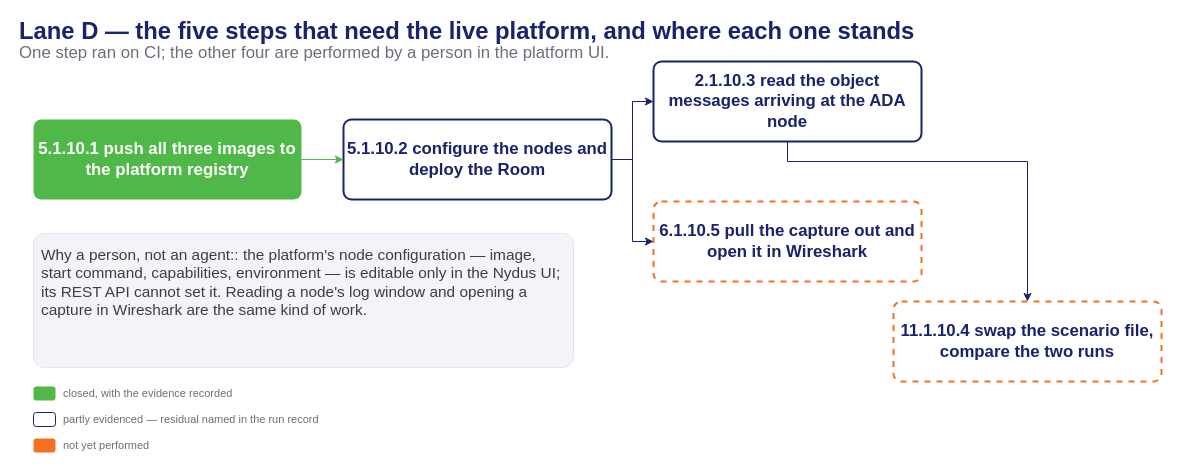
mnpham2101/FPT-Hackathon2026 keeps this draw.io diagram as presentation/assets/phase1-exec-lane-d-deploy.drawio. Above is the earlier version. Source tidied: cells renumbered, new cells numbered last; positions are measured from the earlier drawing's top-left corner, leaving out a move shared by most shapes. Both pictures are drawn from the tidied source at 100%, with x=0, y=0 at pixel (17, 21).
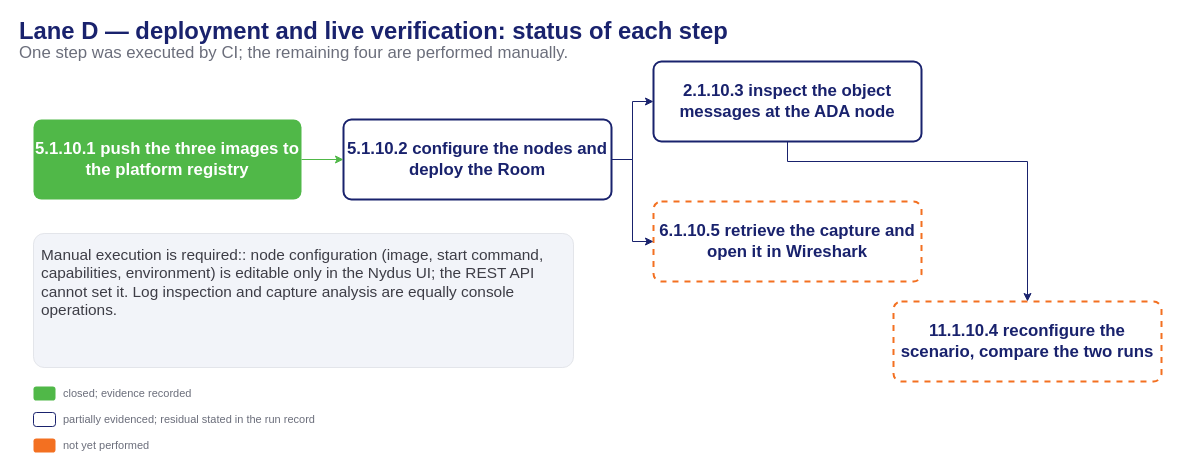
The same diagram, later.

The edit, as a diff of the source:
```diff
@@
-    <mxCell id="2" value="Lane D — the five steps that need the live platform, and where each one stands" style="text;html=1;align=left;verticalAlign=middle;fontSize=23.8;fontColor=#19226D;fontStyle=1;" parent="1" vertex="1">
+    <mxCell id="2" value="Lane D — deployment and live verification: status of each step" style="text;html=1;align=left;verticalAlign=middle;fontSize=23.8;fontColor=#19226D;fontStyle=1;" parent="1" vertex="1">
       <mxGeometry width="1152" height="20" as="geometry" />
     </mxCell>
-    <mxCell id="3" value="One step ran on CI; the other four are performed by a person in the platform UI." style="text;html=1;align=left;verticalAlign=middle;fontSize=16.8;fontColor=#6b6e7b;fontStyle=0;" parent="1" vertex="1">
+    <mxCell id="3" value="One step was executed by CI; the remaining four are performed manually." style="text;html=1;align=left;verticalAlign=middle;fontSize=16.8;fontColor=#6b6e7b;fontStyle=0;" parent="1" vertex="1">
       <mxGeometry y="22" width="1152" height="20" as="geometry" />
     </mxCell>
-    <mxCell id="4" value="5.1.10.1 push all three images to the platform registry" style="rounded=1;arcSize=10;html=1;fillColor=#50B848;strokeColor=none;fontColor=#ffffff;fontSize=16.8;fontStyle=1;whiteSpace=wrap;verticalAlign=middle;" parent="1" vertex="1">
+    <mxCell id="4" value="5.1.10.1 push the three images to the platform registry" style="rounded=1;arcSize=10;html=1;fillColor=#50B848;strokeColor=none;fontColor=#ffffff;fontSize=16.8;fontStyle=1;whiteSpace=wrap;verticalAlign=middle;" parent="1" vertex="1">
       <mxGeometry x="16" y="98" width="268" height="80" as="geometry" />
     </mxCell>
@@
-    <mxCell id="6" value="2.1.10.3 read the object messages arriving at the ADA node" style="rounded=1;arcSize=10;html=1;fillColor=#ffffff;strokeColor=#19226D;strokeWidth=2;fontColor=#19226D;fontSize=16.8;fontStyle=1;whiteSpace=wrap;verticalAlign=middle;" parent="1" vertex="1">
+    <mxCell id="6" value="2.1.10.3 inspect the object messages at the ADA node" style="rounded=1;arcSize=10;html=1;fillColor=#ffffff;strokeColor=#19226D;strokeWidth=2;fontColor=#19226D;fontSize=16.8;fontStyle=1;whiteSpace=wrap;verticalAlign=middle;" parent="1" vertex="1">
       <mxGeometry x="636" y="40" width="268" height="80" as="geometry" />
     </mxCell>
-    <mxCell id="7" value="6.1.10.5 pull the capture out and open it in Wireshark" style="rounded=1;arcSize=10;html=1;fillColor=#ffffff;strokeColor=#F37021;strokeWidth=2;dashed=1;fontColor=#19226D;fontSize=16.8;fontStyle=1;whiteSpace=wrap;verticalAlign=middle;" parent="1" vertex="1">
+    <mxCell id="7" value="6.1.10.5 retrieve the capture and open it in Wireshark" style="rounded=1;arcSize=10;html=1;fillColor=#ffffff;strokeColor=#F37021;strokeWidth=2;dashed=1;fontColor=#19226D;fontSize=16.8;fontStyle=1;whiteSpace=wrap;verticalAlign=middle;" parent="1" vertex="1">
       <mxGeometry x="636" y="180" width="268" height="80" as="geometry" />
     </mxCell>
-    <mxCell id="8" value="11.1.10.4 swap the scenario file, compare the two runs" style="rounded=1;arcSize=10;html=1;fillColor=#ffffff;strokeColor=#F37021;strokeWidth=2;dashed=1;fontColor=#19226D;fontSize=16.8;fontStyle=1;whiteSpace=wrap;verticalAlign=middle;" parent="1" vertex="1">
+    <mxCell id="8" value="11.1.10.4 reconfigure the scenario, compare the two runs" style="rounded=1;arcSize=10;html=1;fillColor=#ffffff;strokeColor=#F37021;strokeWidth=2;dashed=1;fontColor=#19226D;fontSize=16.8;fontStyle=1;whiteSpace=wrap;verticalAlign=middle;" parent="1" vertex="1">
       <mxGeometry x="876" y="280" width="268" height="80" as="geometry" />
     </mxCell>
@@
-    <mxCell id="13" value="Why a person, not an agent:: the platform's node configuration — image, start command, capabilities, environment — is editable only in the Nydus UI; its REST API cannot set it. Reading a node's log window and opening a capture in Wireshark are the same kind of work." style="rounded=1;arcSize=8;html=1;fillColor=#f2f4f9;strokeColor=#e3e5ea;fontColor=#3d3d46;fontSize=15.4;align=left;whiteSpace=wrap;verticalAlign=top;spacing=8;" parent="1" vertex="1">
+    <mxCell id="13" value="Manual execution is required:: node configuration (image, start command, capabilities, environment) is editable only in the Nydus UI; the REST API cannot set it. Log inspection and capture analysis are equally console operations." style="rounded=1;arcSize=8;html=1;fillColor=#f2f4f9;strokeColor=#e3e5ea;fontColor=#3d3d46;fontSize=15.4;align=left;whiteSpace=wrap;verticalAlign=top;spacing=8;" parent="1" vertex="1">
       <mxGeometry x="16" y="212" width="540" height="134" as="geometry" />
     </mxCell>
@@
-    <mxCell id="15" value="closed, with the evidence recorded" style="text;html=1;align=left;verticalAlign=middle;fontSize=11;fontColor=#6b6e7b;" parent="1" vertex="1">
+    <mxCell id="15" value="closed; evidence recorded" style="text;html=1;align=left;verticalAlign=middle;fontSize=11;fontColor=#6b6e7b;" parent="1" vertex="1">
       <mxGeometry x="44" y="362" width="300" height="20" as="geometry" />
     </mxCell>
@@
-    <mxCell id="17" value="partly evidenced — residual named in the run record" style="text;html=1;align=left;verticalAlign=middle;fontSize=11;fontColor=#6b6e7b;" parent="1" vertex="1">
+    <mxCell id="17" value="partially evidenced; residual stated in the run record" style="text;html=1;align=left;verticalAlign=middle;fontSize=11;fontColor=#6b6e7b;" parent="1" vertex="1">
       <mxGeometry x="44" y="388" width="300" height="20" as="geometry" />
     </mxCell>
```
